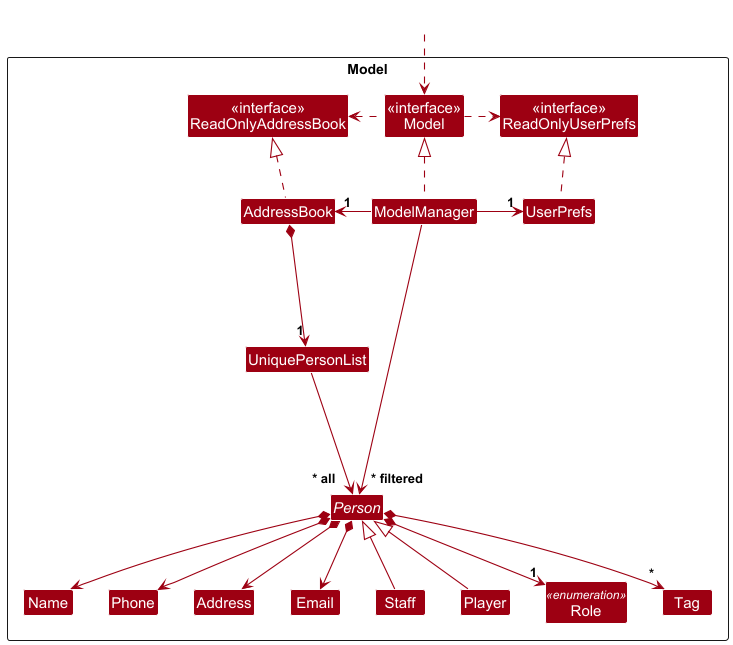
Before: docs/images/PlayerStaffModelDiagram.png, a diagram exported from PlantUML (AY2526S2-CS2103-F08-2/tp).
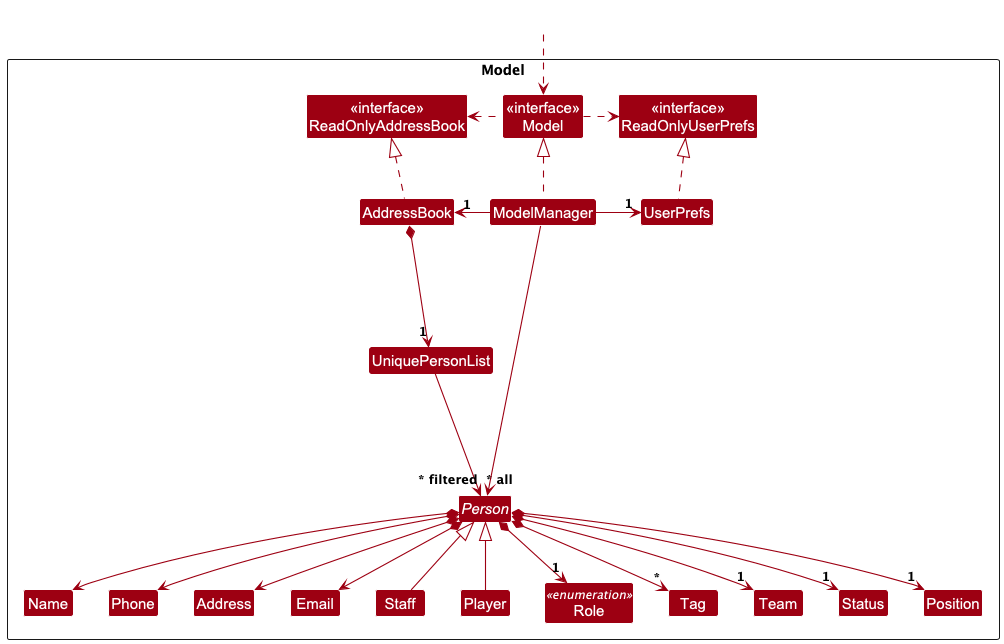
Later version of the same file.

Commit message:
docs: add attribute to model diagram

Diff of the diagram source:
```diff
@@ -22,6 +22,9 @@
 Class Name
 Class Phone
 Class Tag
+Class Team
+Class Status
+Class Position
 
 Class I #FFFFFF
 }
@@ -48,6 +51,9 @@
 Person *--> Address
 Person *--> "*" Tag
 Person *--> "1" Role
+Person *--> "1" Team
+Person *--> "1" Status
+Person *--> "1" Position
 
 Staff -up-|> Person
 Player -up-|> Person
```
